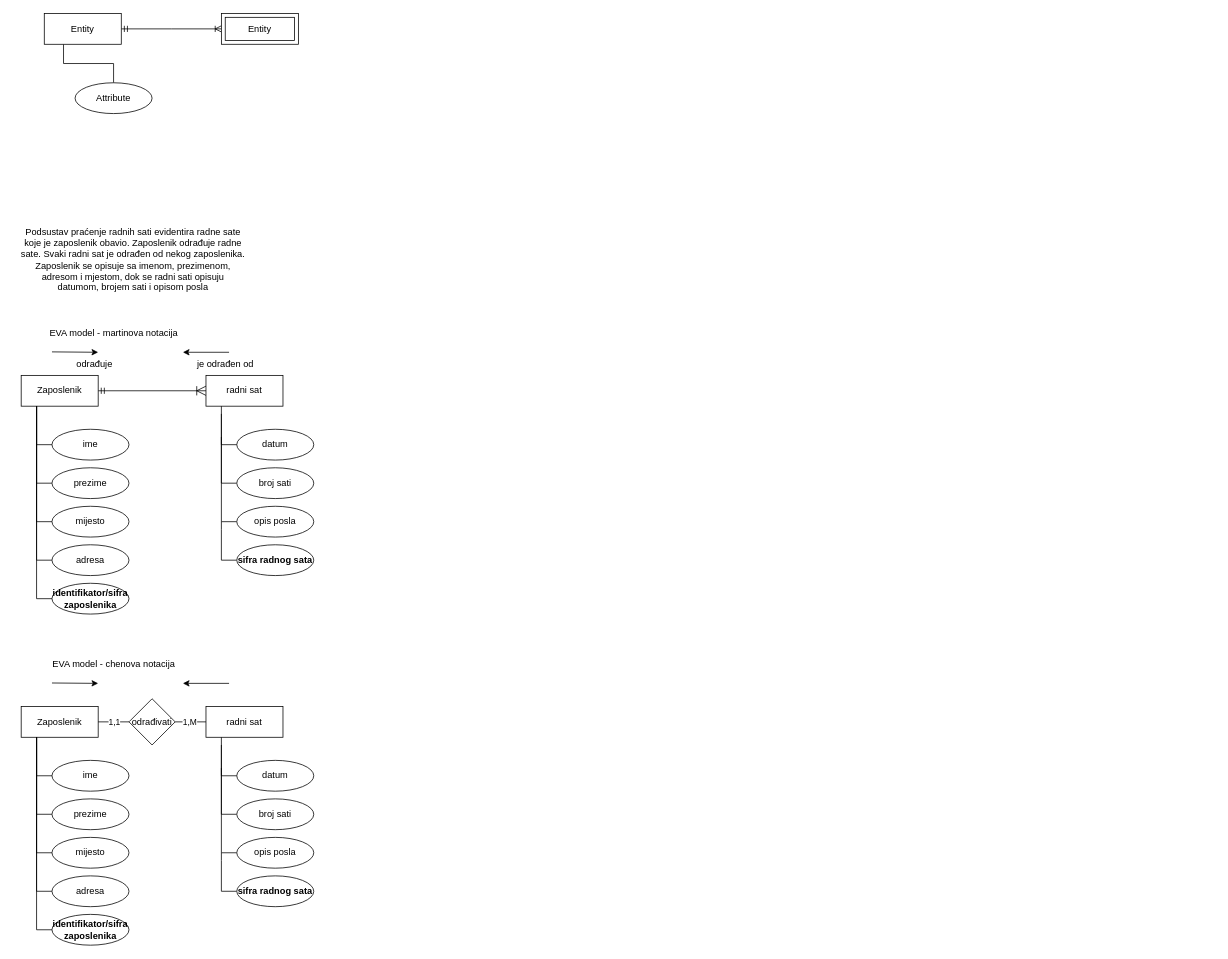
Above: Untitled Diagram.drawio in ivorp95/Telematika (draw.io), before the change. Source tidied: cells renumbered, new cells numbered last; positions are measured from the earlier drawing's top-left corner, leaving out a move shared by most shapes. Both pictures are drawn from the tidied source at 77%, with x=0, y=0 at pixel (13, 13).
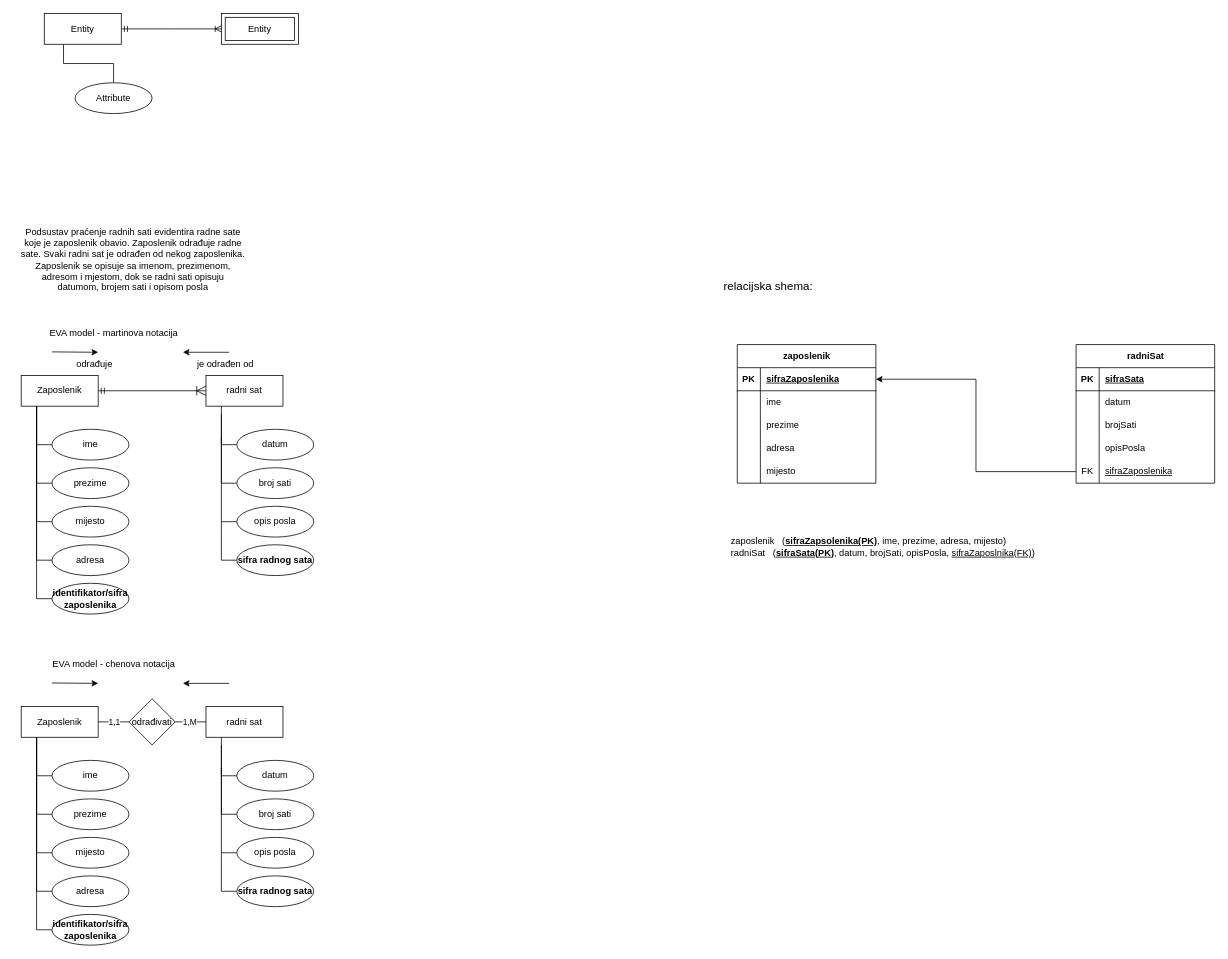
The same page after the edit.

The edit, as a diff of the source:
```diff
@@
+    <mxCell id="62" value="&lt;div&gt;zaposlenik&lt;/div&gt;" style="shape=table;startSize=30;childLayout=tableLayout;rowLines=0;fontStyle=1;align=center;html=1;" parent="1" vertex="1">
+      <mxGeometry x="940" y="430" width="180" height="180" as="geometry" />
+    </mxCell>
+    <mxCell id="63" style="shape=tableRow;horizontal=0;startSize=0;swimlaneHead=0;swimlaneBody=0;fillColor=none;points=[[0,0.5],[1,0.5]];portConstraint=eastwest;top=0;left=0;right=0;bottom=1;" parent="62" vertex="1">
+      <mxGeometry y="30" width="180" height="30" as="geometry" />
+    </mxCell>
+    <mxCell id="64" value="PK" style="shape=partialRectangle;fillColor=none;top=0;left=0;bottom=0;right=0;fontStyle=1;overflow=hidden;whiteSpace=wrap;html=1;" parent="63" vertex="1">
+      <mxGeometry width="30" height="30" as="geometry" />
+    </mxCell>
+    <mxCell id="65" value="sifraZaposlenika" style="shape=partialRectangle;fillColor=none;top=0;left=0;bottom=0;right=0;align=left;spacingLeft=6;fontStyle=5;overflow=hidden;whiteSpace=wrap;html=1;" parent="63" vertex="1">
+      <mxGeometry x="30" width="150" height="30" as="geometry" />
+    </mxCell>
+    <mxCell id="66" style="shape=tableRow;horizontal=0;startSize=0;swimlaneHead=0;swimlaneBody=0;fillColor=none;top=0;left=0;right=0;bottom=0;" parent="62" vertex="1">
+      <mxGeometry y="60" width="180" height="30" as="geometry" />
+    </mxCell>
+    <mxCell id="67" style="shape=partialRectangle;fillColor=none;top=0;left=0;bottom=0;right=0;overflow=hidden;whiteSpace=wrap;html=1;" parent="66" vertex="1">
+      <mxGeometry width="30" height="30" as="geometry" />
+    </mxCell>
+    <mxCell id="68" value="ime" style="shape=partialRectangle;fillColor=none;top=0;left=0;bottom=0;right=0;align=left;spacingLeft=6;overflow=hidden;whiteSpace=wrap;html=1;" parent="66" vertex="1">
+      <mxGeometry x="30" width="150" height="30" as="geometry" />
+    </mxCell>
+    <mxCell id="69" style="shape=tableRow;horizontal=0;startSize=0;swimlaneHead=0;swimlaneBody=0;fillColor=none;top=0;left=0;right=0;bottom=0;" parent="62" vertex="1">
+      <mxGeometry y="90" width="180" height="30" as="geometry" />
+    </mxCell>
+    <mxCell id="70" style="shape=partialRectangle;fillColor=none;top=0;left=0;bottom=0;right=0;overflow=hidden;whiteSpace=wrap;html=1;" parent="69" vertex="1">
+      <mxGeometry width="30" height="30" as="geometry" />
+    </mxCell>
+    <mxCell id="71" value="prezime" style="shape=partialRectangle;fillColor=none;top=0;left=0;bottom=0;right=0;align=left;spacingLeft=6;overflow=hidden;whiteSpace=wrap;html=1;" parent="69" vertex="1">
+      <mxGeometry x="30" width="150" height="30" as="geometry" />
+    </mxCell>
+    <mxCell id="72" style="shape=tableRow;horizontal=0;startSize=0;swimlaneHead=0;swimlaneBody=0;fillColor=none;top=0;left=0;right=0;bottom=0;" parent="62" vertex="1">
+      <mxGeometry y="120" width="180" height="30" as="geometry" />
+    </mxCell>
+    <mxCell id="73" style="shape=partialRectangle;fillColor=none;top=0;left=0;bottom=0;right=0;overflow=hidden;whiteSpace=wrap;html=1;" parent="72" vertex="1">
+      <mxGeometry width="30" height="30" as="geometry" />
+    </mxCell>
+    <mxCell id="74" value="adresa" style="shape=partialRectangle;fillColor=none;top=0;left=0;bottom=0;right=0;align=left;spacingLeft=6;overflow=hidden;whiteSpace=wrap;html=1;" parent="72" vertex="1">
+      <mxGeometry x="30" width="150" height="30" as="geometry" />
+    </mxCell>
+    <mxCell id="75" style="shape=tableRow;horizontal=0;startSize=0;swimlaneHead=0;swimlaneBody=0;fillColor=none;top=0;left=0;right=0;bottom=0;" parent="62" vertex="1">
+      <mxGeometry y="150" width="180" height="30" as="geometry" />
+    </mxCell>
+    <mxCell id="76" style="shape=partialRectangle;fillColor=none;top=0;left=0;bottom=0;right=0;overflow=hidden;whiteSpace=wrap;html=1;" parent="75" vertex="1">
+      <mxGeometry width="30" height="30" as="geometry" />
+    </mxCell>
+    <mxCell id="77" value="mijesto" style="shape=partialRectangle;fillColor=none;top=0;left=0;bottom=0;right=0;align=left;spacingLeft=6;overflow=hidden;whiteSpace=wrap;html=1;" parent="75" vertex="1">
+      <mxGeometry x="30" width="150" height="30" as="geometry" />
+    </mxCell>
+    <mxCell id="78" value="radniSat" style="shape=table;startSize=30;childLayout=tableLayout;rowLines=0;fontStyle=1;align=center;html=1;" parent="1" vertex="1">
+      <mxGeometry x="1380" y="430" width="180" height="180" as="geometry" />
+    </mxCell>
+    <mxCell id="79" style="shape=tableRow;horizontal=0;startSize=0;swimlaneHead=0;swimlaneBody=0;fillColor=none;top=0;left=0;right=0;bottom=1;" parent="78" vertex="1">
+      <mxGeometry y="30" width="180" height="30" as="geometry" />
+    </mxCell>
+    <mxCell id="80" value="PK" style="shape=partialRectangle;fillColor=none;top=0;left=0;bottom=0;right=0;fontStyle=1;overflow=hidden;whiteSpace=wrap;html=1;" parent="79" vertex="1">
+      <mxGeometry width="30" height="30" as="geometry" />
+    </mxCell>
+    <mxCell id="81" value="sifraSata" style="shape=partialRectangle;fillColor=none;top=0;left=0;bottom=0;right=0;align=left;spacingLeft=6;fontStyle=5;overflow=hidden;whiteSpace=wrap;html=1;" parent="79" vertex="1">
+      <mxGeometry x="30" width="150" height="30" as="geometry" />
+    </mxCell>
+    <mxCell id="82" style="shape=tableRow;horizontal=0;startSize=0;swimlaneHead=0;swimlaneBody=0;fillColor=none;top=0;left=0;right=0;bottom=0;" parent="78" vertex="1">
+      <mxGeometry y="60" width="180" height="30" as="geometry" />
+    </mxCell>
+    <mxCell id="83" style="shape=partialRectangle;fillColor=none;top=0;left=0;bottom=0;right=0;overflow=hidden;whiteSpace=wrap;html=1;" parent="82" vertex="1">
+      <mxGeometry width="30" height="30" as="geometry" />
+    </mxCell>
+    <mxCell id="84" value="datum" style="shape=partialRectangle;fillColor=none;top=0;left=0;bottom=0;right=0;align=left;spacingLeft=6;overflow=hidden;whiteSpace=wrap;html=1;" parent="82" vertex="1">
+      <mxGeometry x="30" width="150" height="30" as="geometry" />
+    </mxCell>
+    <mxCell id="85" style="shape=tableRow;horizontal=0;startSize=0;swimlaneHead=0;swimlaneBody=0;fillColor=none;top=0;left=0;right=0;bottom=0;" parent="78" vertex="1">
+      <mxGeometry y="90" width="180" height="30" as="geometry" />
+    </mxCell>
+    <mxCell id="86" style="shape=partialRectangle;fillColor=none;top=0;left=0;bottom=0;right=0;overflow=hidden;whiteSpace=wrap;html=1;" parent="85" vertex="1">
+      <mxGeometry width="30" height="30" as="geometry" />
+    </mxCell>
+    <mxCell id="87" value="brojSati" style="shape=partialRectangle;fillColor=none;top=0;left=0;bottom=0;right=0;align=left;spacingLeft=6;overflow=hidden;whiteSpace=wrap;html=1;" parent="85" vertex="1">
+      <mxGeometry x="30" width="150" height="30" as="geometry" />
+    </mxCell>
+    <mxCell id="88" style="shape=tableRow;horizontal=0;startSize=0;swimlaneHead=0;swimlaneBody=0;fillColor=none;top=0;left=0;right=0;bottom=0;" parent="78" vertex="1">
+      <mxGeometry y="120" width="180" height="30" as="geometry" />
+    </mxCell>
+    <mxCell id="89" style="shape=partialRectangle;fillColor=none;top=0;left=0;bottom=0;right=0;overflow=hidden;whiteSpace=wrap;html=1;" parent="88" vertex="1">
+      <mxGeometry width="30" height="30" as="geometry" />
+    </mxCell>
+    <mxCell id="90" value="opisPosla" style="shape=partialRectangle;fillColor=none;top=0;left=0;bottom=0;right=0;align=left;spacingLeft=6;overflow=hidden;whiteSpace=wrap;html=1;" parent="88" vertex="1">
+      <mxGeometry x="30" width="150" height="30" as="geometry" />
+    </mxCell>
+    <mxCell id="91" style="shape=tableRow;horizontal=0;startSize=0;swimlaneHead=0;swimlaneBody=0;fillColor=none;points=[[0,0.5],[1,0.5]];portConstraint=eastwest;top=0;left=0;right=0;bottom=0;" parent="78" vertex="1">
+      <mxGeometry y="150" width="180" height="30" as="geometry" />
+    </mxCell>
+    <mxCell id="92" value="FK" style="shape=partialRectangle;fillColor=none;top=0;left=0;bottom=0;right=0;overflow=hidden;whiteSpace=wrap;html=1;" parent="91" vertex="1">
+      <mxGeometry width="30" height="30" as="geometry" />
+    </mxCell>
+    <mxCell id="93" value="&lt;u&gt;sifraZaposlenika&lt;/u&gt;" style="shape=partialRectangle;fillColor=none;top=0;left=0;bottom=0;right=0;align=left;spacingLeft=6;overflow=hidden;whiteSpace=wrap;html=1;" parent="91" vertex="1">
+      <mxGeometry x="30" width="150" height="30" as="geometry" />
+    </mxCell>
+    <mxCell id="94" style="edgeStyle=orthogonalEdgeStyle;rounded=0;jettySize=auto;html=1;exitX=0;exitY=0.5;exitDx=0;exitDy=0;entryX=1;entryY=0.5;entryDx=0;entryDy=0;" parent="1" edge="1" source="91" target="63">
+      <mxGeometry relative="1" as="geometry" />
+    </mxCell>
+    <mxCell id="95" value="relacijska shema:" style="text;html=1;align=center;verticalAlign=middle;strokeColor=none;fillColor=none;fontSize=15;" parent="1" vertex="1">
+      <mxGeometry x="910" y="338" width="140" height="30" as="geometry" />
+    </mxCell>
+    <mxCell id="96" value="&lt;div&gt;zaposlenik&amp;nbsp;&amp;nbsp; (&lt;u&gt;&lt;b&gt;sifraZapsolenika(PK)&lt;/b&gt;&lt;/u&gt;, ime, prezime, adresa, mijesto)&lt;/div&gt;&lt;div&gt;radniSat&amp;nbsp;&amp;nbsp; (&lt;u&gt;&lt;b&gt;sifraSata(PK)&lt;/b&gt;&lt;/u&gt;, datum, brojSati, opisPosla, &lt;u&gt;sifraZaposlnika(FK)&lt;/u&gt;)&lt;br&gt;&lt;/div&gt;" style="text;html=1;align=left;verticalAlign=middle;strokeColor=none;fillColor=none;" parent="1" vertex="1">
+      <mxGeometry x="930" y="673" width="420" height="40" as="geometry" />
+    </mxCell>
```
